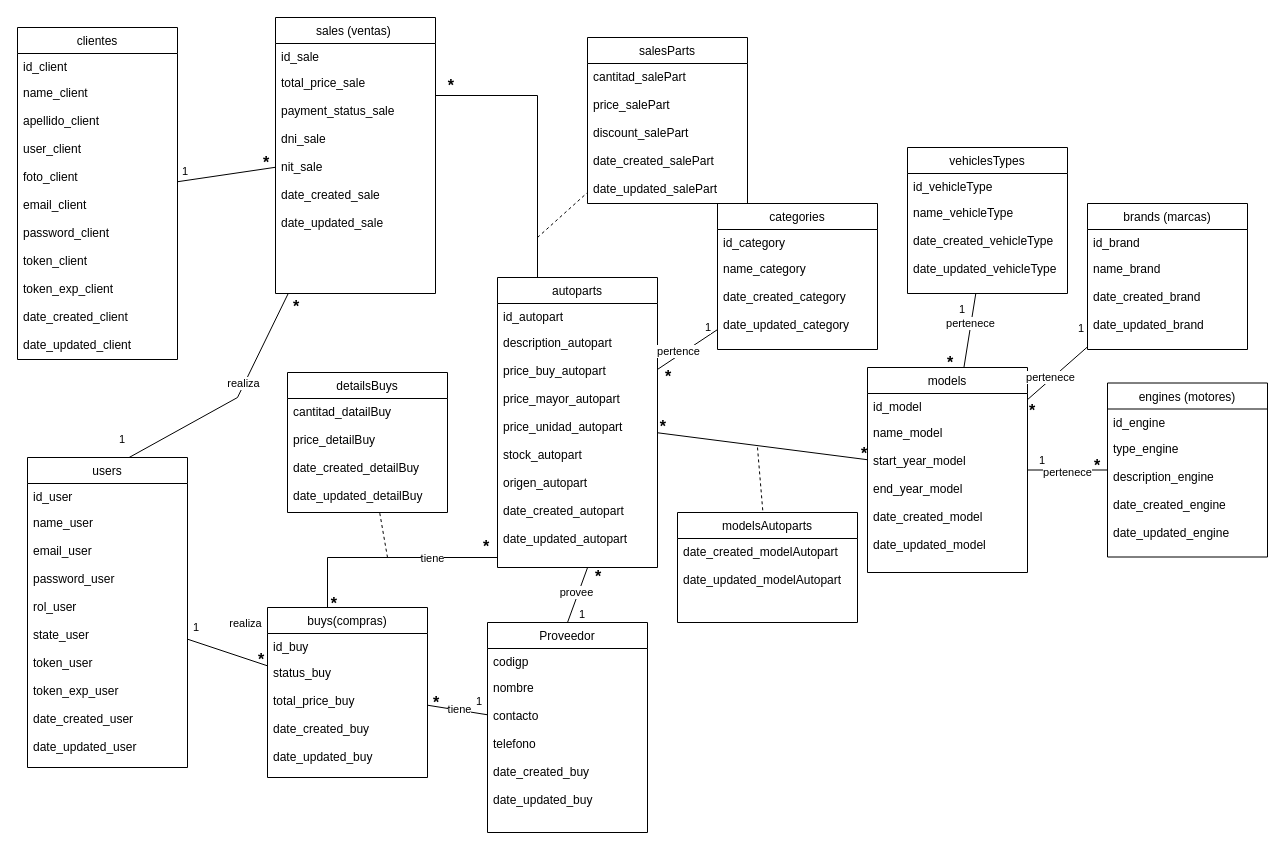
Earlier version of the draw.io diagram modelo conceptual.drawio (PitterQuenallata/automotivosCrisTienda). Source tidied: cells renumbered, new cells numbered last; positions are measured from the earlier drawing's top-left corner, leaving out a move shared by most shapes. Both pictures are drawn from the tidied source at 100%, with x=0, y=0 at pixel (17, 17).
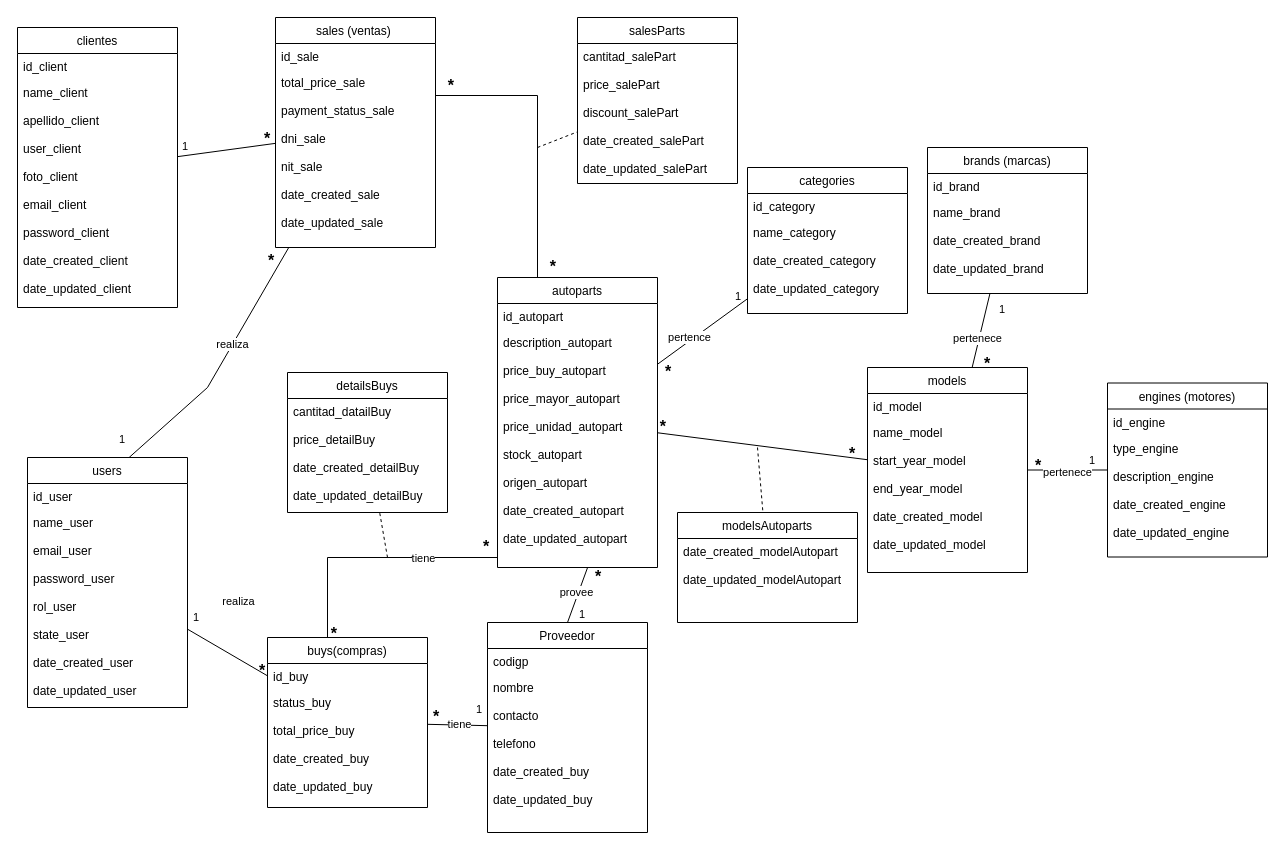
After the change.

The change refers to these unchanged cells:
```xml
<mxCell id="25" style="endArrow=none;html=1;rounded=0;strokeColor=default;align=center;verticalAlign=middle;fontFamily=Helvetica;fontSize=11;fontColor=default;labelBackgroundColor=default;edgeStyle=orthogonalEdgeStyle;" parent="1" edge="1" source="59" target="17">
  <mxGeometry relative="1" as="geometry">
    <Array as="points">
      <mxPoint x="520" y="78" />
    </Array>
  </mxGeometry>
</mxCell>
<mxCell id="43" style="endArrow=none;html=1;rounded=0;strokeColor=default;align=center;verticalAlign=middle;fontFamily=Helvetica;fontSize=11;fontColor=default;labelBackgroundColor=default;" parent="1" edge="1" source="32" target="47">
  <mxGeometry relative="1" as="geometry" />
</mxCell>
<mxCell id="82" value="models" style="swimlane;fontStyle=0;align=center;verticalAlign=top;horizontal=1;startSize=26;rounded=0;shadow=0;strokeWidth=1;" parent="1" vertex="1">
  <mxGeometry x="850" y="350" width="160" height="205" as="geometry" />
</mxCell>
<mxCell id="89" style="endArrow=none;html=1;rounded=0;strokeColor=default;align=center;verticalAlign=middle;fontFamily=Helvetica;fontSize=11;fontColor=default;labelBackgroundColor=default;" parent="1" edge="1" source="82" target="59">
  <mxGeometry relative="1" as="geometry" />
</mxCell>
<mxCell id="109" style="endArrow=none;html=1;rounded=0;strokeColor=default;align=center;verticalAlign=middle;fontFamily=Helvetica;fontSize=11;fontColor=default;labelBackgroundColor=default;" parent="1" edge="1" source="92" target="82">
  <mxGeometry relative="1" as="geometry" />
</mxCell>
<mxCell id="117" style="endArrow=none;html=1;rounded=0;strokeColor=default;align=center;verticalAlign=middle;fontFamily=Helvetica;fontSize=11;fontColor=default;labelBackgroundColor=default;" parent="1" edge="1" source="82" target="103">
  <mxGeometry relative="1" as="geometry" />
</mxCell>
```

The edit, as a diff of the source:
```diff
@@
     <mxCell id="2" value="clientes" style="swimlane;fontStyle=0;align=center;verticalAlign=top;horizontal=1;startSize=26;rounded=0;shadow=0;strokeWidth=1;" parent="1" vertex="1">
-      <mxGeometry y="10" width="160" height="332" as="geometry" />
+      <mxGeometry y="10" width="160" height="280" as="geometry" />
     </mxCell>
@@
-    <mxCell id="10" value="token_client" style="text;align=left;verticalAlign=top;spacingLeft=4;spacingRight=4;overflow=hidden;rounded=0;shadow=0;html=0;" parent="2" vertex="1">
-      <mxGeometry y="220" width="160" height="28" as="geometry" />
-    </mxCell>
-    <mxCell id="11" value="token_exp_client" style="text;align=left;verticalAlign=top;spacingLeft=4;spacingRight=4;overflow=hidden;rounded=0;shadow=0;html=0;" parent="2" vertex="1">
-      <mxGeometry y="248" width="160" height="28" as="geometry" />
-    </mxCell>
     <mxCell id="12" value="date_created_client" style="text;align=left;verticalAlign=top;spacingLeft=4;spacingRight=4;overflow=hidden;rounded=0;shadow=0;html=0;" parent="2" vertex="1">
-      <mxGeometry y="276" width="160" height="28" as="geometry" />
+      <mxGeometry y="220" width="160" height="28" as="geometry" />
     </mxCell>
     <mxCell id="13" value="date_updated_client" style="text;align=left;verticalAlign=top;spacingLeft=4;spacingRight=4;overflow=hidden;rounded=0;shadow=0;html=0;" parent="2" vertex="1">
-      <mxGeometry y="304" width="160" height="28" as="geometry" />
+      <mxGeometry y="248" width="160" height="28" as="geometry" />
     </mxCell>
@@
     <mxCell id="17" value="sales (ventas) " style="swimlane;fontStyle=0;align=center;verticalAlign=top;horizontal=1;startSize=26;rounded=0;shadow=0;strokeWidth=1;" parent="1" vertex="1">
-      <mxGeometry x="258" width="160" height="276" as="geometry" />
+      <mxGeometry x="258" width="160" height="230" as="geometry" />
     </mxCell>
@@
     <mxCell id="24" value="date_updated_sale" style="text;align=left;verticalAlign=top;spacingLeft=4;spacingRight=4;overflow=hidden;rounded=0;shadow=0;html=0;" parent="17" vertex="1">
-      <mxGeometry y="192" width="160" height="84" as="geometry" />
+      <mxGeometry y="192" width="160" height="38" as="geometry" />
     </mxCell>
@@
+    <mxCell id="115" value="*" style="html=1;whiteSpace=wrap;align=right;verticalAlign=bottom;fontFamily=Helvetica;fontSize=16;fontColor=default;labelBackgroundColor=none;fontStyle=1;" parent="25" vertex="1">
+      <mxGeometry x="1" relative="1" as="geometry">
+        <mxPoint x="122" y="182" as="offset" />
+      </mxGeometry>
+    </mxCell>
     <mxCell id="28" style="endArrow=none;html=1;rounded=0;strokeColor=default;align=center;verticalAlign=middle;fontFamily=Helvetica;fontSize=11;fontColor=default;labelBackgroundColor=default;exitX=0.635;exitY=0;exitDx=0;exitDy=0;exitPerimeter=0;" parent="1" edge="1" source="32" target="17">
       <mxGeometry relative="1" as="geometry">
         <Array as="points">
-          <mxPoint x="220" y="380" />
+          <mxPoint x="190" y="370" />
         </Array>
       </mxGeometry>
     </mxCell>
@@
     <mxCell id="30" value="*" style="html=1;whiteSpace=wrap;align=center;verticalAlign=bottom;fontFamily=Helvetica;fontSize=16;fontColor=default;labelBackgroundColor=none;spacing=2;fontStyle=1;" parent="28" vertex="1">
       <mxGeometry x="1" relative="1" as="geometry">
-        <mxPoint x="8" y="24" as="offset" />
+        <mxPoint x="-18" y="24" as="offset" />
       </mxGeometry>
     </mxCell>
@@
     <mxCell id="32" value="users" style="swimlane;fontStyle=0;align=center;verticalAlign=top;horizontal=1;startSize=26;rounded=0;shadow=0;strokeWidth=1;" parent="1" vertex="1">
-      <mxGeometry x="10" y="440" width="160" height="310" as="geometry" />
+      <mxGeometry x="10" y="440" width="160" height="250" as="geometry" />
     </mxCell>
@@
-    <mxCell id="39" value="token_user" style="text;align=left;verticalAlign=top;spacingLeft=4;spacingRight=4;overflow=hidden;rounded=0;shadow=0;html=0;" parent="32" vertex="1">
-      <mxGeometry y="192" width="160" height="28" as="geometry" />
-    </mxCell>
-    <mxCell id="40" value="token_exp_user" style="text;align=left;verticalAlign=top;spacingLeft=4;spacingRight=4;overflow=hidden;rounded=0;shadow=0;html=0;" parent="32" vertex="1">
-      <mxGeometry y="220" width="160" height="28" as="geometry" />
-    </mxCell>
     <mxCell id="41" value="date_created_user" style="text;align=left;verticalAlign=top;spacingLeft=4;spacingRight=4;overflow=hidden;rounded=0;shadow=0;html=0;" parent="32" vertex="1">
-      <mxGeometry y="248" width="160" height="28" as="geometry" />
+      <mxGeometry y="192" width="160" height="28" as="geometry" />
     </mxCell>
     <mxCell id="42" value="date_updated_user" style="text;align=left;verticalAlign=top;spacingLeft=4;spacingRight=4;overflow=hidden;rounded=0;shadow=0;html=0;" parent="32" vertex="1">
-      <mxGeometry y="276" width="160" height="28" as="geometry" />
+      <mxGeometry y="220" width="160" height="28" as="geometry" />
     </mxCell>
@@
     <mxCell id="46" value="realiza" style="edgeLabel;html=1;align=center;verticalAlign=middle;" parent="43" vertex="1">
       <mxGeometry x="-0.39" y="4" relative="1" as="geometry">
-        <mxPoint x="32" y="-21" as="offset" />
+        <mxPoint x="24" y="-39" as="offset" />
       </mxGeometry>
     </mxCell>
     <mxCell id="47" value="buys(compras)" style="swimlane;fontStyle=0;align=center;verticalAlign=top;horizontal=1;startSize=26;rounded=0;shadow=0;strokeWidth=1;" parent="1" vertex="1">
-      <mxGeometry x="250" y="590" width="160" height="170" as="geometry" />
+      <mxGeometry x="250" y="620" width="160" height="170" as="geometry" />
     </mxCell>
@@
     <mxCell id="73" value="categories" style="swimlane;fontStyle=0;align=center;verticalAlign=top;horizontal=1;startSize=26;rounded=0;shadow=0;strokeWidth=1;" parent="1" vertex="1">
-      <mxGeometry x="700" y="186" width="160" height="146" as="geometry" />
+      <mxGeometry x="730" y="150" width="160" height="146" as="geometry" />
     </mxCell>
@@
     <mxCell id="90" value="*" style="html=1;whiteSpace=wrap;align=left;verticalAlign=bottom;fontFamily=Helvetica;fontSize=16;fontColor=default;labelBackgroundColor=none;fontStyle=1;" parent="89" vertex="1">
       <mxGeometry x="-1" relative="1" as="geometry">
-        <mxPoint x="-8" y="5" as="offset" />
+        <mxPoint x="-20" y="5" as="offset" />
       </mxGeometry>
     </mxCell>
@@
     <mxCell id="92" value="brands (marcas)" style="swimlane;fontStyle=0;align=center;verticalAlign=top;horizontal=1;startSize=26;rounded=0;shadow=0;strokeWidth=1;" parent="1" vertex="1">
-      <mxGeometry x="1070" y="186" width="160" height="146" as="geometry" />
+      <mxGeometry x="910" y="130" width="160" height="146" as="geometry" />
     </mxCell>
@@
-    <mxCell id="97" value="vehiclesTypes" style="swimlane;fontStyle=0;align=center;verticalAlign=top;horizontal=1;startSize=26;rounded=0;shadow=0;strokeWidth=1;" parent="1" vertex="1">
-      <mxGeometry x="890" y="130" width="160" height="146" as="geometry" />
-    </mxCell>
-    <mxCell id="98" value="id_vehicleType" style="text;align=left;verticalAlign=top;spacingLeft=4;spacingRight=4;overflow=hidden;" parent="97" vertex="1">
-      <mxGeometry y="26" width="160" height="26" as="geometry" />
-    </mxCell>
-    <mxCell id="99" value="name_vehicleType" style="text;align=left;verticalAlign=top;spacingLeft=4;spacingRight=4;overflow=hidden;rounded=0;shadow=0;html=0;" parent="97" vertex="1">
-      <mxGeometry y="52" width="160" height="28" as="geometry" />
-    </mxCell>
-    <mxCell id="100" value="date_created_vehicleType" style="text;align=left;verticalAlign=top;spacingLeft=4;spacingRight=4;overflow=hidden;rounded=0;shadow=0;html=0;" parent="97" vertex="1">
-      <mxGeometry y="80" width="160" height="28" as="geometry" />
-    </mxCell>
-    <mxCell id="101" value="date_updated_vehicleType" style="text;align=left;verticalAlign=top;spacingLeft=4;spacingRight=4;overflow=hidden;rounded=0;shadow=0;html=0;" parent="97" vertex="1">
-      <mxGeometry y="108" width="160" height="38" as="geometry" />
-    </mxCell>
@@
     <mxCell id="110" value="1" style="html=1;whiteSpace=wrap;align=left;verticalAlign=bottom;fontFamily=Helvetica;fontSize=11;fontColor=default;labelBackgroundColor=default;" parent="109" vertex="1">
       <mxGeometry x="-1" relative="1" as="geometry">
-        <mxPoint x="-11" y="-10" as="offset" />
+        <mxPoint x="8" y="24" as="offset" />
       </mxGeometry>
     </mxCell>
     <mxCell id="111" value="*" style="html=1;whiteSpace=wrap;align=center;verticalAlign=bottom;fontFamily=Helvetica;fontSize=16;fontColor=default;labelBackgroundColor=none;spacing=2;fontStyle=1;" parent="109" vertex="1">
       <mxGeometry x="1" relative="1" as="geometry">
-        <mxPoint x="5" y="22" as="offset" />
+        <mxPoint x="15" y="7" as="offset" />
       </mxGeometry>
     </mxCell>
@@
-    <mxCell id="113" style="endArrow=none;html=1;rounded=0;strokeColor=default;align=center;verticalAlign=middle;fontFamily=Helvetica;fontSize=11;fontColor=default;labelBackgroundColor=default;" parent="1" edge="1" source="97" target="82">
-      <mxGeometry relative="1" as="geometry" />
-    </mxCell>
-    <mxCell id="114" value="1" style="html=1;whiteSpace=wrap;align=left;verticalAlign=bottom;fontFamily=Helvetica;fontSize=11;fontColor=default;labelBackgroundColor=default;" parent="113" vertex="1">
-      <mxGeometry x="-1" relative="1" as="geometry">
-        <mxPoint x="-18" y="24" as="offset" />
-      </mxGeometry>
-    </mxCell>
-    <mxCell id="115" value="*" style="html=1;whiteSpace=wrap;align=center;verticalAlign=bottom;fontFamily=Helvetica;fontSize=16;fontColor=default;labelBackgroundColor=none;spacing=2;fontStyle=1;" parent="113" vertex="1">
-      <mxGeometry x="1" relative="1" as="geometry">
-        <mxPoint x="-14" y="6" as="offset" />
-      </mxGeometry>
-    </mxCell>
-    <mxCell id="116" value="pertenece" style="edgeLabel;html=1;align=center;verticalAlign=middle;" parent="113" vertex="1">
-      <mxGeometry x="-0.2" y="-1" relative="1" as="geometry" />
-    </mxCell>
@@
     <mxCell id="118" value="1" style="html=1;whiteSpace=wrap;align=left;verticalAlign=bottom;fontFamily=Helvetica;fontSize=11;fontColor=default;labelBackgroundColor=default;" parent="117" vertex="1">
       <mxGeometry x="-1" relative="1" as="geometry">
-        <mxPoint x="10" y="-2" as="offset" />
+        <mxPoint x="60" y="-2" as="offset" />
       </mxGeometry>
     </mxCell>
     <mxCell id="119" value="*" style="html=1;whiteSpace=wrap;align=center;verticalAlign=bottom;fontFamily=Helvetica;fontSize=16;fontColor=default;labelBackgroundColor=none;spacing=2;fontStyle=1;" parent="117" vertex="1">
       <mxGeometry x="1" relative="1" as="geometry">
-        <mxPoint x="-11" y="6" as="offset" />
+        <mxPoint x="-70" y="6" as="offset" />
       </mxGeometry>
     </mxCell>
@@
     <mxCell id="121" value="salesParts" style="swimlane;fontStyle=0;align=center;verticalAlign=top;horizontal=1;startSize=26;rounded=0;shadow=0;strokeWidth=1;" parent="1" vertex="1">
-      <mxGeometry x="570" y="20" width="160" height="166" as="geometry" />
+      <mxGeometry x="560" width="160" height="166" as="geometry" />
     </mxCell>
@@
     <mxCell id="127" style="endArrow=none;dashed=1;html=1;rounded=0;strokeColor=default;align=center;verticalAlign=middle;fontFamily=Helvetica;fontSize=11;fontColor=default;labelBackgroundColor=default;" parent="1" edge="1" target="121">
       <mxGeometry relative="1" as="geometry">
-        <mxPoint x="520" y="220" as="sourcePoint" />
+        <mxPoint x="520" y="130" as="sourcePoint" />
       </mxGeometry>
     </mxCell>
@@
     <mxCell id="143" value="*" style="html=1;whiteSpace=wrap;align=center;verticalAlign=bottom;fontFamily=Helvetica;fontSize=16;fontColor=default;labelBackgroundColor=none;spacing=2;fontStyle=1;" parent="1" vertex="1">
-      <mxGeometry x="418" y="696" as="geometry" />
+      <mxGeometry x="418" y="710" as="geometry" />
     </mxCell>
     <mxCell id="144" value="1" style="html=1;whiteSpace=wrap;align=left;verticalAlign=bottom;fontFamily=Helvetica;fontSize=11;fontColor=default;labelBackgroundColor=default;" parent="1" vertex="1">
-      <mxGeometry x="457" y="692" as="geometry" />
+      <mxGeometry x="457" y="700" as="geometry" />
     </mxCell>
```
